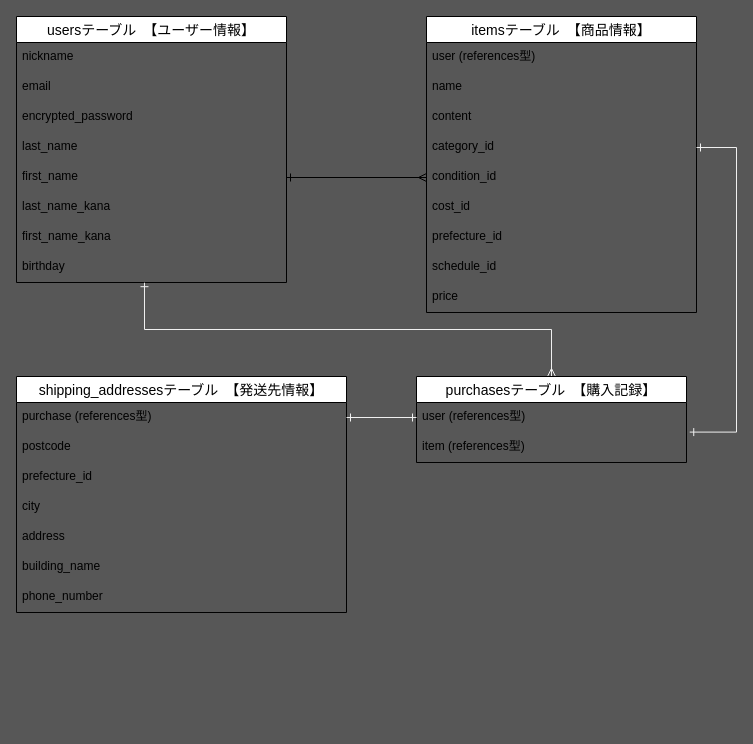
This is .dio from KayKawa/furima-35649, a draw.io file, before an edit. Source tidied: cells renumbered, new cells numbered last; positions are measured from the earlier drawing's top-left corner, leaving out a move shared by most shapes. Both pictures are drawn from the tidied source at 100%, with x=0, y=0 at pixel (16, 16).
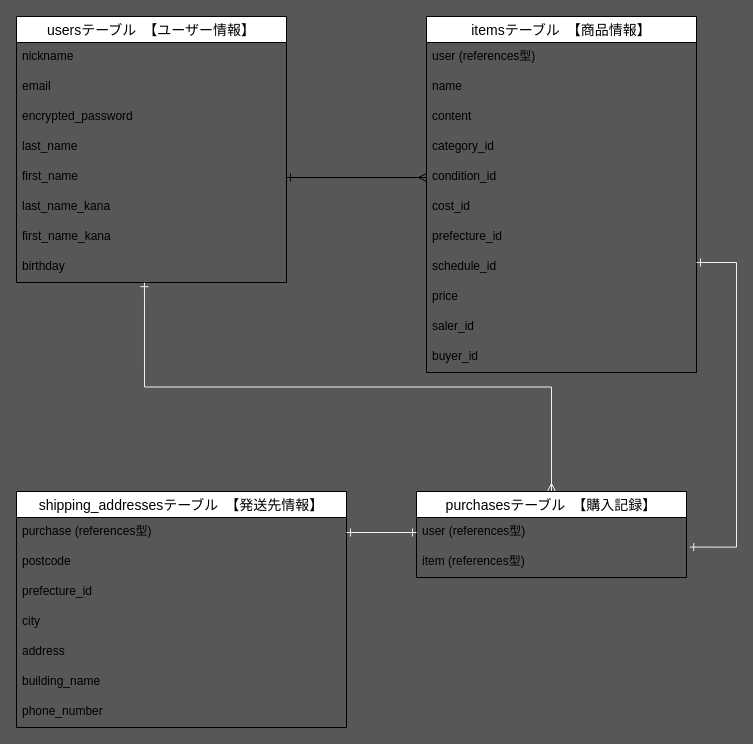
The same diagram, later.

Commit message:
ER図修正【saler_idカラム,buyer_idカラムの追加】

Unchanged cells that the change refers to:
```xml
<mxCell id="15" value="category_id" style="text;strokeColor=none;fillColor=none;spacingLeft=4;spacingRight=4;overflow=hidden;points=[[0,0.5],[1,0.5]];portConstraint=eastwest;fontSize=12;" parent="11" vertex="1">
  <mxGeometry y="116" width="270" height="30" as="geometry" />
</mxCell>
<mxCell id="32" value="item (references型)" style="text;strokeColor=none;fillColor=none;spacingLeft=4;spacingRight=4;overflow=hidden;points=[[0,0.5],[1,0.5]];portConstraint=eastwest;fontSize=12;" parent="30" vertex="1">
  <mxGeometry y="56" width="270" height="30" as="geometry" />
</mxCell>
```

The edit, as a diff of the source:
```diff
@@
     <mxCell id="11" value="itemsテーブル　【商品情報】" style="swimlane;fontStyle=0;horizontal=1;startSize=26;align=center;fontSize=14;" parent="1" vertex="1">
-      <mxGeometry x="410" width="270" height="296" as="geometry" />
+      <mxGeometry x="410" width="270" height="356" as="geometry" />
     </mxCell>
@@
+    <mxCell id="36" value="saler_id&#10;" style="text;strokeColor=none;fillColor=none;spacingLeft=4;spacingRight=4;overflow=hidden;fontSize=12;" parent="11" vertex="1">
+      <mxGeometry y="296" width="270" height="30" as="geometry" />
+    </mxCell>
+    <mxCell id="37" value="buyer_id" style="text;strokeColor=none;fillColor=none;spacingLeft=4;spacingRight=4;overflow=hidden;fontSize=12;" parent="11" vertex="1">
+      <mxGeometry y="326" width="270" height="30" as="geometry" />
+    </mxCell>
     <mxCell id="21" value="shipping_addressesテーブル　【発送先情報】" style="swimlane;fontStyle=0;horizontal=1;startSize=26;align=center;fontSize=14;" parent="1" vertex="1">
-      <mxGeometry y="360" width="330" height="236" as="geometry" />
+      <mxGeometry y="475" width="330" height="236" as="geometry" />
     </mxCell>
@@
     <mxCell id="30" value="purchasesテーブル　【購入記録】" style="swimlane;fontStyle=0;horizontal=1;startSize=26;align=center;fontSize=14;" parent="1" vertex="1">
-      <mxGeometry x="400" y="360" width="270" height="86" as="geometry" />
+      <mxGeometry x="400" y="475" width="270" height="86" as="geometry" />
     </mxCell>
@@
-    <mxCell id="34" style="edgeStyle=orthogonalEdgeStyle;rounded=0;jettySize=auto;html=1;exitX=1;exitY=0.5;exitDx=0;exitDy=0;startArrow=ERone;startFill=0;endArrow=ERone;endFill=0;strokeColor=#f0f0f0;entryX=1.012;entryY=-0.014;entryDx=0;entryDy=0;entryPerimeter=0;" parent="1" edge="1" source="15" target="32">
+    <mxCell id="34" style="edgeStyle=orthogonalEdgeStyle;rounded=0;jettySize=auto;html=1;exitX=1;exitY=0.5;exitDx=0;exitDy=0;startArrow=ERone;startFill=0;endArrow=ERone;endFill=0;strokeColor=#f0f0f0;entryX=1.012;entryY=-0.014;entryDx=0;entryDy=0;entryPerimeter=0;" parent="1" edge="1" target="32">
       <mxGeometry relative="1" as="geometry">
+        <mxPoint x="680" y="246" as="sourcePoint" />
         <Array as="points">
-          <mxPoint x="720" y="131" />
-          <mxPoint x="720" y="416" />
+          <mxPoint x="720" y="246" />
+          <mxPoint x="720" y="531" />
         </Array>
       </mxGeometry>
     </mxCell>
```
